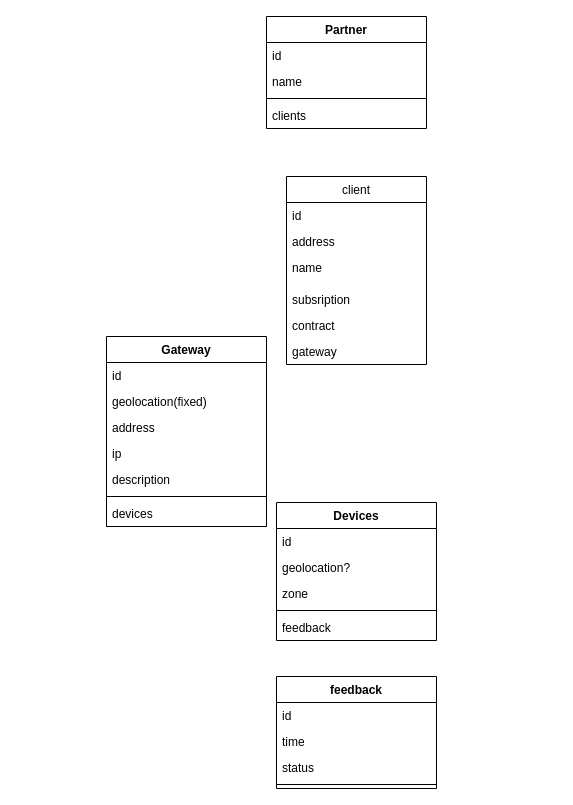
Above: Untitled Diagram.drawio in dari-kayoo/Database (draw.io), before the change. Source tidied: cells renumbered, new cells numbered last; positions are measured from the earlier drawing's top-left corner, leaving out a move shared by most shapes. Both pictures are drawn from the tidied source at 100%, with x=0, y=0 at pixel (106, 16).
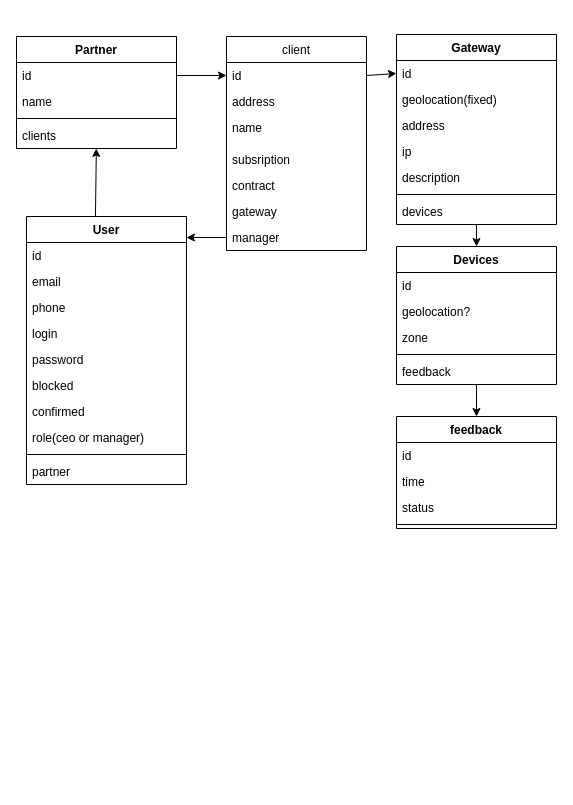
The same page after the edit.

Unchanged cells that the change refers to:
```xml
<mxCell id="3" value="id" style="text;strokeColor=none;fillColor=none;align=left;verticalAlign=top;spacingLeft=4;spacingRight=4;overflow=hidden;points=[[0,0.5],[1,0.5]];portConstraint=eastwest;" parent="2" vertex="1">
  <mxGeometry y="26" width="140" height="26" as="geometry" />
</mxCell>
<mxCell id="10" value="id" style="text;strokeColor=none;fillColor=none;align=left;verticalAlign=top;spacingLeft=4;spacingRight=4;overflow=hidden;points=[[0,0.5],[1,0.5]];portConstraint=eastwest;" parent="9" vertex="1">
  <mxGeometry y="26" width="160" height="26" as="geometry" />
</mxCell>
<mxCell id="13" value="clients" style="text;strokeColor=none;fillColor=none;align=left;verticalAlign=top;spacingLeft=4;spacingRight=4;overflow=hidden;points=[[0,0.5],[1,0.5]];portConstraint=eastwest;" parent="9" vertex="1">
  <mxGeometry y="86" width="160" height="26" as="geometry" />
</mxCell>
<mxCell id="26" value="id" style="text;strokeColor=none;fillColor=none;align=left;verticalAlign=top;spacingLeft=4;spacingRight=4;overflow=hidden;points=[[0,0.5],[1,0.5]];portConstraint=eastwest;" parent="25" vertex="1">
  <mxGeometry y="26" width="160" height="26" as="geometry" />
</mxCell>
```

The edit, as a diff of the source:
```diff
@@
     <mxCell id="2" value="client" style="swimlane;fontStyle=0;horizontal=1;startSize=26;fillColor=none;" parent="1" vertex="1">
-      <mxGeometry x="180" y="160" width="140" height="188" as="geometry" />
+      <mxGeometry x="120" y="20" width="140" height="214" as="geometry" />
     </mxCell>
@@
+    <mxCell id="33" value="manager" style="text;strokeColor=none;fillColor=none;align=left;verticalAlign=top;spacingLeft=4;spacingRight=4;overflow=hidden;points=[[0,0.5],[1,0.5]];portConstraint=eastwest;" parent="2" vertex="1">
+      <mxGeometry y="188" width="140" height="26" as="geometry" />
+    </mxCell>
     <mxCell id="9" value="Partner" style="swimlane;fontStyle=1;align=center;verticalAlign=top;horizontal=1;startSize=26;" parent="1" vertex="1">
-      <mxGeometry x="160" width="160" height="112" as="geometry" />
+      <mxGeometry x="-90" y="20" width="160" height="112" as="geometry" />
     </mxCell>
@@
+    <mxCell id="34" style="edgeStyle=none;rounded=0;jettySize=auto;html=1;" parent="1" edge="1" source="14" target="20">
+      <mxGeometry relative="1" as="geometry" />
+    </mxCell>
     <mxCell id="14" value="Devices" style="swimlane;fontStyle=1;align=center;verticalAlign=top;horizontal=1;startSize=26;" parent="1" vertex="1">
-      <mxGeometry x="170" y="486" width="160" height="138" as="geometry" />
+      <mxGeometry x="290" y="230" width="160" height="138" as="geometry" />
     </mxCell>
@@
     <mxCell id="20" value="feedback" style="swimlane;fontStyle=1;align=center;verticalAlign=top;horizontal=1;startSize=26;" parent="1" vertex="1">
-      <mxGeometry x="170" y="660" width="160" height="112" as="geometry" />
+      <mxGeometry x="290" y="400" width="160" height="112" as="geometry" />
     </mxCell>
@@
+    <mxCell id="35" style="edgeStyle=none;rounded=0;jettySize=auto;html=1;exitX=0.5;exitY=1;exitDx=0;exitDy=0;entryX=0.5;entryY=0;entryDx=0;entryDy=0;" parent="1" edge="1" source="25" target="14">
+      <mxGeometry relative="1" as="geometry" />
+    </mxCell>
     <mxCell id="25" value="Gateway" style="swimlane;fontStyle=1;align=center;verticalAlign=top;horizontal=1;startSize=26;" parent="1" vertex="1">
-      <mxGeometry y="320" width="160" height="190" as="geometry" />
+      <mxGeometry x="290" y="18" width="160" height="190" as="geometry" />
     </mxCell>
@@
+    <mxCell id="36" style="edgeStyle=orthogonalEdgeStyle;rounded=0;jettySize=auto;html=1;exitX=1;exitY=0.5;exitDx=0;exitDy=0;" parent="1" edge="1" source="10" target="3">
+      <mxGeometry relative="1" as="geometry" />
+    </mxCell>
+    <mxCell id="37" style="rounded=0;jettySize=auto;html=1;exitX=1;exitY=0.5;exitDx=0;exitDy=0;entryX=0;entryY=0.5;entryDx=0;entryDy=0;" parent="1" edge="1" source="3" target="26">
+      <mxGeometry relative="1" as="geometry" />
+    </mxCell>
+    <mxCell id="38" style="edgeStyle=none;rounded=0;jettySize=auto;html=1;exitX=0.431;exitY=0;exitDx=0;exitDy=0;exitPerimeter=0;" parent="1" edge="1" source="39" target="13">
+      <mxGeometry relative="1" as="geometry" />
+    </mxCell>
+    <mxCell id="39" value="User" style="swimlane;fontStyle=1;align=center;verticalAlign=top;horizontal=1;startSize=26;" parent="1" vertex="1">
+      <mxGeometry x="-80" y="200" width="160" height="268" as="geometry" />
+    </mxCell>
+    <mxCell id="40" value="id" style="text;strokeColor=none;fillColor=none;align=left;verticalAlign=top;spacingLeft=4;spacingRight=4;overflow=hidden;" parent="39" vertex="1">
+      <mxGeometry y="26" width="160" height="26" as="geometry" />
+    </mxCell>
+    <mxCell id="41" value="email" style="text;strokeColor=none;fillColor=none;align=left;verticalAlign=top;spacingLeft=4;spacingRight=4;overflow=hidden;" parent="39" vertex="1">
+      <mxGeometry y="52" width="160" height="26" as="geometry" />
+    </mxCell>
+    <mxCell id="42" value="phone" style="text;strokeColor=none;fillColor=none;align=left;verticalAlign=top;spacingLeft=4;spacingRight=4;overflow=hidden;" parent="39" vertex="1">
+      <mxGeometry y="78" width="160" height="26" as="geometry" />
+    </mxCell>
+    <mxCell id="43" value="login" style="text;strokeColor=none;fillColor=none;align=left;verticalAlign=top;spacingLeft=4;spacingRight=4;overflow=hidden;" parent="39" vertex="1">
+      <mxGeometry y="104" width="160" height="26" as="geometry" />
+    </mxCell>
+    <mxCell id="44" value="password" style="text;strokeColor=none;fillColor=none;align=left;verticalAlign=top;spacingLeft=4;spacingRight=4;overflow=hidden;" parent="39" vertex="1">
+      <mxGeometry y="130" width="160" height="26" as="geometry" />
+    </mxCell>
+    <mxCell id="45" value="blocked" style="text;strokeColor=none;fillColor=none;align=left;verticalAlign=top;spacingLeft=4;spacingRight=4;overflow=hidden;" parent="39" vertex="1">
+      <mxGeometry y="156" width="160" height="26" as="geometry" />
+    </mxCell>
+    <mxCell id="46" value="confirmed" style="text;strokeColor=none;fillColor=none;align=left;verticalAlign=top;spacingLeft=4;spacingRight=4;overflow=hidden;" parent="39" vertex="1">
+      <mxGeometry y="182" width="160" height="26" as="geometry" />
+    </mxCell>
+    <mxCell id="47" value="role(ceo or manager)" style="text;strokeColor=none;fillColor=none;align=left;verticalAlign=top;spacingLeft=4;spacingRight=4;overflow=hidden;" parent="39" vertex="1">
+      <mxGeometry y="208" width="160" height="26" as="geometry" />
+    </mxCell>
+    <mxCell id="48" style="line;strokeWidth=1;fillColor=none;align=left;verticalAlign=middle;spacingTop=-1;spacingLeft=3;spacingRight=3;labelPosition=right;strokeColor=inherit;" parent="39" vertex="1">
+      <mxGeometry y="234" width="160" height="8" as="geometry" />
+    </mxCell>
+    <mxCell id="49" value="partner" style="text;strokeColor=none;fillColor=none;align=left;verticalAlign=top;spacingLeft=4;spacingRight=4;overflow=hidden;" parent="39" vertex="1">
+      <mxGeometry y="242" width="160" height="26" as="geometry" />
+    </mxCell>
+    <mxCell id="50" style="edgeStyle=none;rounded=0;jettySize=auto;html=1;" parent="1" edge="1" source="33">
+      <mxGeometry relative="1" as="geometry">
+        <mxPoint x="80" y="221" as="targetPoint" />
+      </mxGeometry>
+    </mxCell>
```
